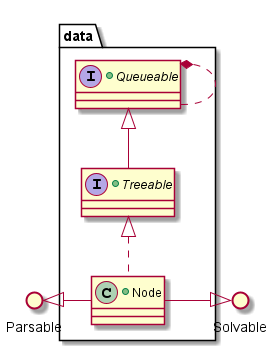
vitalispopoff/calculator keeps this PlantUML diagram as src/docs/UML/data/static/data.png. Above is the earlier version. Source of this version:
```plantuml
@startuml

    () Solvable
    () Parsable

package data {

    +interface Queueable {
    }

    +interface Treeable extends Queueable{
    }

    +class Node implements Treeable{
    }
}

        Queueable   *..     Queueable

        Parsable    <|-right-    Node
        Node        -right-|>  Solvable

@enduml
```
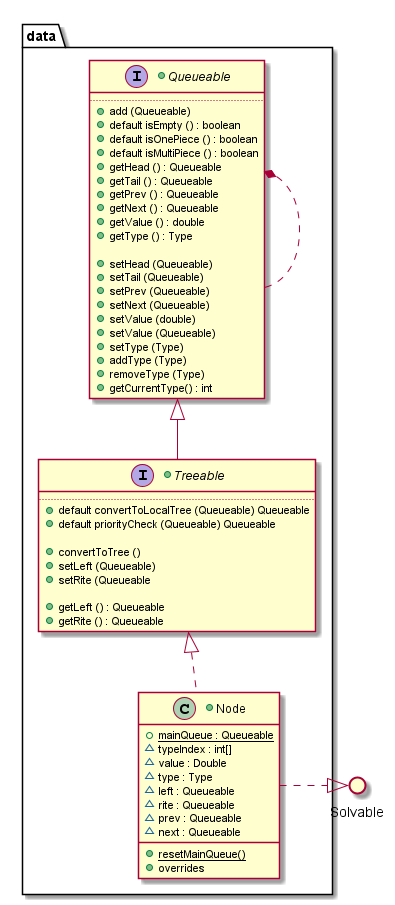
The same file after the commit.

Change to the diagram source:
```diff
@@ -1,23 +1,64 @@
 @startuml
 
     () Solvable
-    () Parsable
 
 package data {
 
     +interface Queueable {
+        ..
+            +{method} add (Queueable)
+            +{method} default isEmpty () : boolean
+            +{method} default isOnePiece () : boolean
+            +{method} default isMultiPiece () : boolean
+            +{method} getHead () : Queueable
+            +{method} getTail () : Queueable
+            +{method} getPrev () : Queueable
+            +{method} getNext () : Queueable
+            +{method} getValue () : double
+            +{method} getType () : Type
+
+            +{method} setHead (Queueable)
+            +{method} setTail (Queueable)
+            +{method} setPrev (Queueable)
+            +{method} setNext (Queueable)
+            +{method} setValue (double)
+            +{method} setValue (Queueable)
+            +{method} setType (Type)
+            +{method} addType (Type)
+            +{method} removeType (Type)
+            +{method} getCurrentType() : int
     }
 
     +interface Treeable extends Queueable{
+        ..
+            + {method} default convertToLocalTree (Queueable) Queueable
+            + {method} default priorityCheck (Queueable) Queueable
+
+            + {method} convertToTree ()
+            + {method} setLeft (Queueable)
+            + {method} setRite (Queueable
+
+            + {method} getLeft () : Queueable
+            + {method} getRite () : Queueable
     }
 
     +class Node implements Treeable{
+
+            + {field} {static} mainQueue : Queueable
+            ~ {field} typeIndex : int[]
+            ~ {field} value : Double
+            ~ {field} type : Type
+            ~ {field} left : Queueable
+            ~ {field} rite : Queueable
+            ~ {field} prev : Queueable
+            ~ {field} next : Queueable
+            + {method} {static} resetMainQueue()
+            + {method} overrides
     }
 }
 
-        Queueable   *..     Queueable
+        Queueable   *..    Queueable
 
-        Parsable    <|-right-    Node
-        Node        -right-|>  Solvable
+        Node        .right.|>  Solvable
 
 @enduml
```
